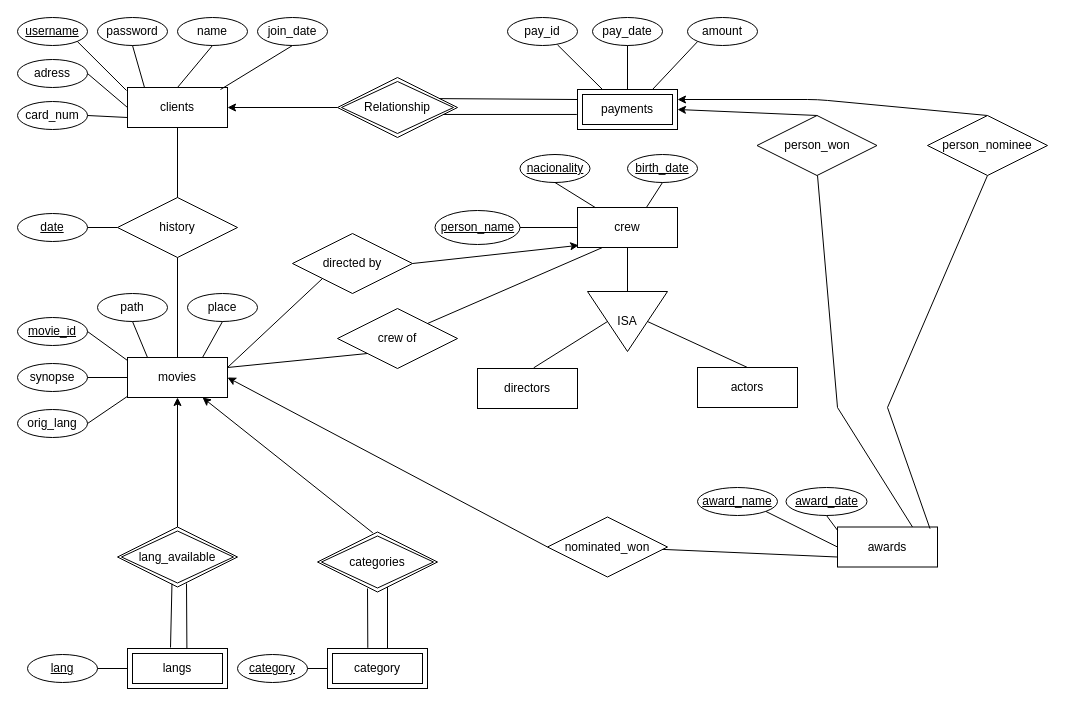
This is BD-2 .drawio from MiguelNdeCarvalho/BD-Work-2, a draw.io file, before an edit. Source tidied: cells renumbered, new cells numbered last; positions are measured from the earlier drawing's top-left corner, leaving out a move shared by most shapes. Both pictures are drawn from the tidied source at 100%, with x=0, y=0 at pixel (17, 17).
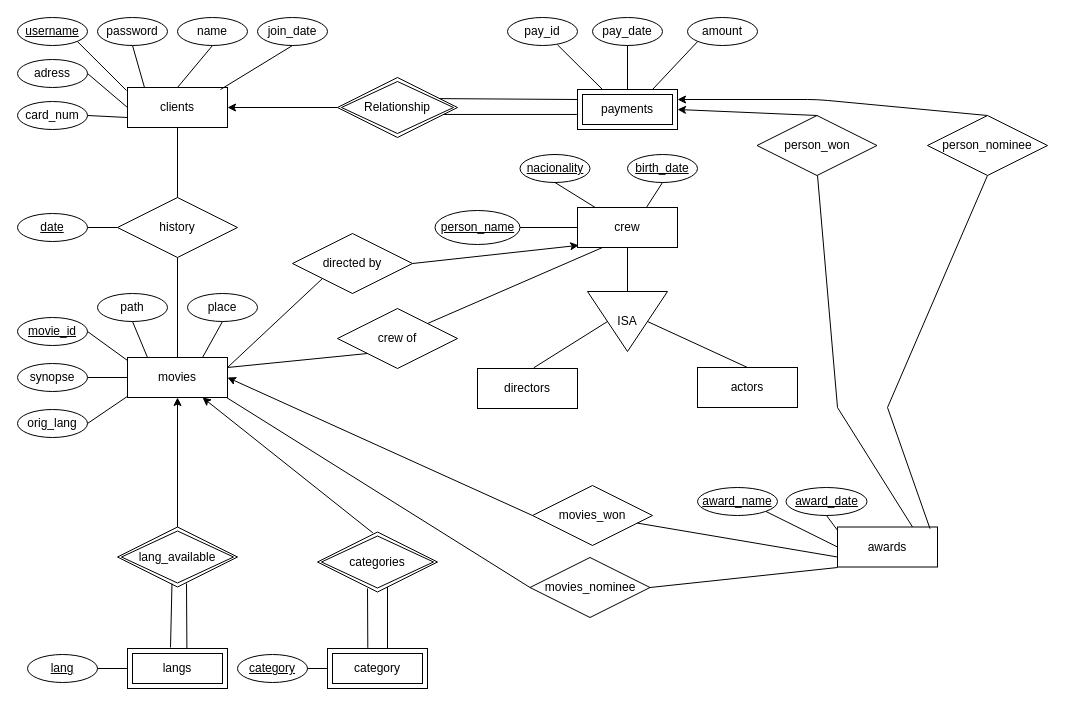
Above is the later version.

Unchanged cells that the change refers to:
```xml
<mxCell id="19" value="movies" style="whiteSpace=wrap;html=1;align=center;" parent="1" vertex="1">
  <mxGeometry x="110" y="340" width="100" height="40" as="geometry" />
</mxCell>
<mxCell id="69" value="awards" style="whiteSpace=wrap;html=1;align=center;" parent="1" vertex="1">
  <mxGeometry x="820" y="509.5" width="100" height="40" as="geometry" />
</mxCell>
```

Change to the diagram source:
```diff
@@
-    <mxCell id="80" value="nominated_won" style="shape=rhombus;perimeter=rhombusPerimeter;whiteSpace=wrap;html=1;align=center;" parent="1" vertex="1">
-      <mxGeometry x="530" y="499.5" width="120" height="60" as="geometry" />
+    <mxCell id="80" value="movies_won" style="shape=rhombus;perimeter=rhombusPerimeter;whiteSpace=wrap;html=1;align=center;" parent="1" vertex="1">
+      <mxGeometry x="515" y="468" width="120" height="60" as="geometry" />
     </mxCell>
@@
+    <mxCell id="89" value="movies_nominee" style="shape=rhombus;perimeter=rhombusPerimeter;whiteSpace=wrap;html=1;align=center;" parent="1" vertex="1">
+      <mxGeometry x="512.5" y="540" width="120" height="60" as="geometry" />
+    </mxCell>
+    <mxCell id="90" style="endArrow=none;html=1;rounded=0;exitX=1;exitY=0.5;exitDx=0;exitDy=0;entryX=0;entryY=1.013;entryDx=0;entryDy=0;entryPerimeter=0;" parent="1" edge="1" source="89" target="69">
+      <mxGeometry relative="1" as="geometry" />
+    </mxCell>
+    <mxCell id="91" style="endArrow=none;html=1;rounded=0;exitX=0.99;exitY=1;exitDx=0;exitDy=0;exitPerimeter=0;entryX=0;entryY=0.5;entryDx=0;entryDy=0;" parent="1" edge="1" source="19" target="89">
+      <mxGeometry relative="1" as="geometry" />
+    </mxCell>
```
